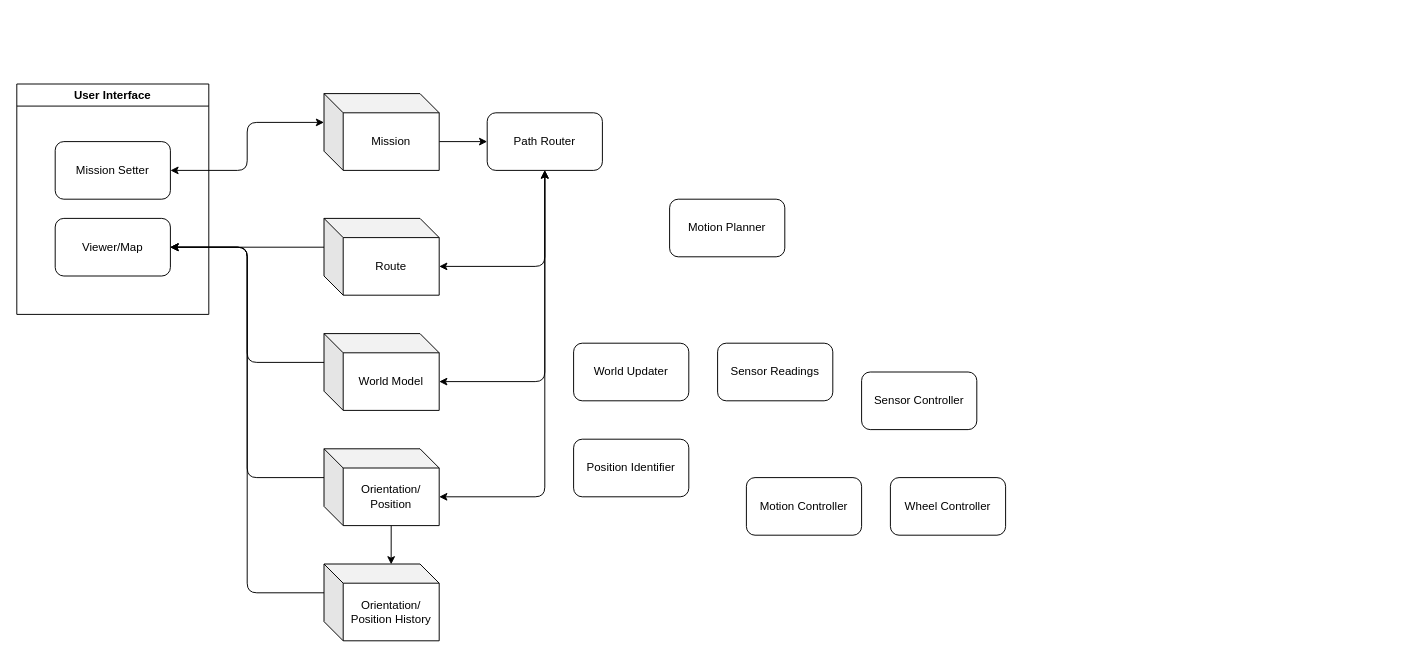
Earlier version of the draw.io diagram page "autonoma" (2 of 3) of architecture.drawio (andrewbackes/autonoma). Source tidied: cells renumbered, new cells numbered last; positions are measured from the earlier drawing's top-left corner, leaving out a move shared by most shapes. Both pictures are drawn from the tidied source at 96%, with x=0, y=0 at pixel (16, 84).
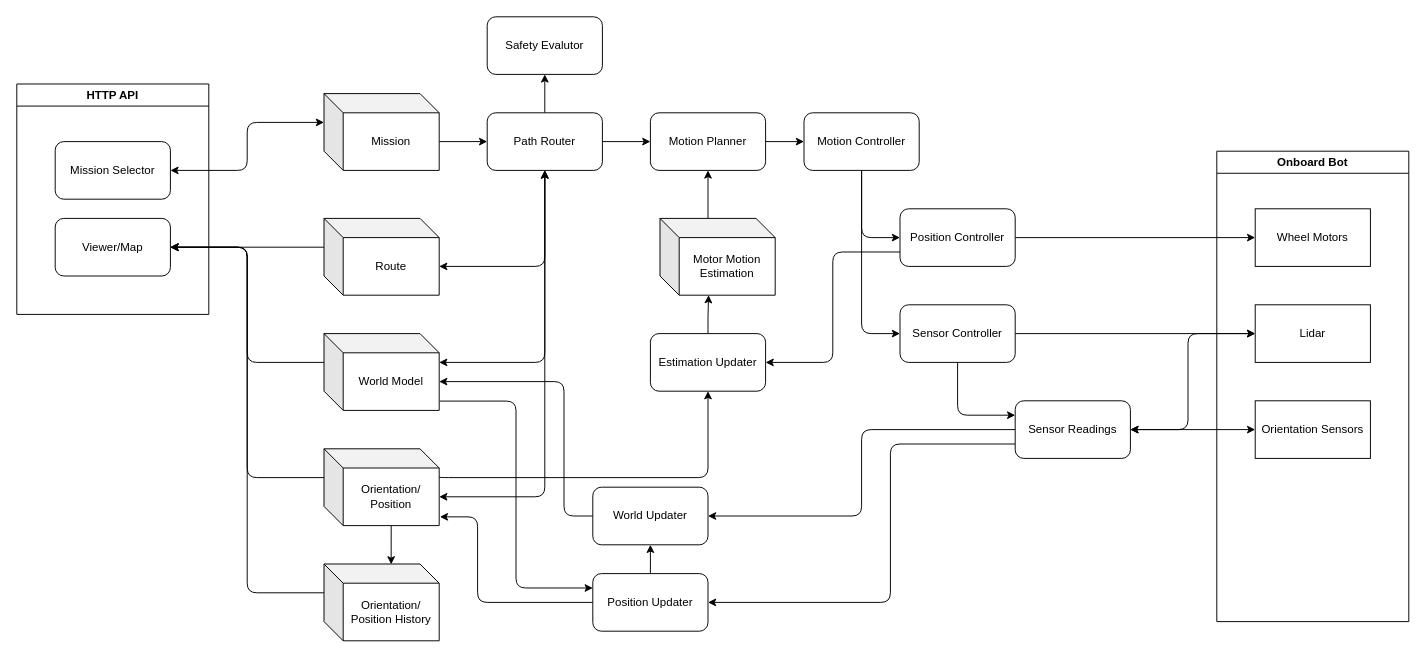
After the change.

Unchanged cells that the change refers to:
```xml
<mxCell id="3" value="World Model" style="shape=cube;whiteSpace=wrap;html=1;boundedLbl=1;backgroundOutline=1;darkOpacity=0.05;darkOpacity2=0.1;" parent="1" vertex="1">
  <mxGeometry x="320" y="260" width="120" height="80" as="geometry" />
</mxCell>
<mxCell id="7" value="Path Router" style="rounded=1;whiteSpace=wrap;html=1;" parent="1" vertex="1">
  <mxGeometry x="490" y="30" width="120" height="60" as="geometry" />
</mxCell>
<mxCell id="14" value="Orientation/ Position" style="shape=cube;whiteSpace=wrap;html=1;boundedLbl=1;backgroundOutline=1;darkOpacity=0.05;darkOpacity2=0.1;" parent="1" vertex="1">
  <mxGeometry x="320" y="380" width="120" height="80" as="geometry" />
</mxCell>
```

Change to the diagram source:
```diff
@@
-    <mxCell id="6" style="edgeStyle=orthogonalEdgeStyle;html=1;exitX=0.5;exitY=1;exitDx=0;exitDy=0;entryX=0;entryY=0;entryDx=120;entryDy=50;entryPerimeter=0;startArrow=classic;startFill=1;endArrow=classic;endFill=1;" parent="1" edge="1" source="7" target="3">
-      <mxGeometry relative="1" as="geometry" />
+    <mxCell id="6" style="edgeStyle=orthogonalEdgeStyle;html=1;exitX=0.5;exitY=1;exitDx=0;exitDy=0;startArrow=classic;startFill=1;endArrow=classic;endFill=1;" parent="1" edge="1" source="7">
+      <mxGeometry relative="1" as="geometry">
+        <mxPoint x="440" y="290" as="targetPoint" />
+        <Array as="points">
+          <mxPoint x="550" y="290" />
+          <mxPoint x="440" y="290" />
+        </Array>
+      </mxGeometry>
     </mxCell>
+    <mxCell id="28" style="edgeStyle=orthogonalEdgeStyle;html=1;exitX=1;exitY=0.5;exitDx=0;exitDy=0;entryX=0;entryY=0.5;entryDx=0;entryDy=0;startArrow=none;startFill=0;endArrow=classic;endFill=1;" parent="1" edge="1" source="7" target="8">
+      <mxGeometry relative="1" as="geometry" />
+    </mxCell>
+    <mxCell id="29" style="edgeStyle=orthogonalEdgeStyle;html=1;exitX=0.5;exitY=0;exitDx=0;exitDy=0;entryX=0.5;entryY=1;entryDx=0;entryDy=0;startArrow=none;startFill=0;endArrow=classic;endFill=1;" parent="1" edge="1" source="7" target="46">
+      <mxGeometry relative="1" as="geometry" />
+    </mxCell>
@@
+    <mxCell id="30" style="edgeStyle=orthogonalEdgeStyle;html=1;exitX=1;exitY=0.5;exitDx=0;exitDy=0;entryX=0;entryY=0.5;entryDx=0;entryDy=0;startArrow=none;startFill=0;endArrow=classic;endFill=1;" parent="1" edge="1" source="8" target="12">
+      <mxGeometry relative="1" as="geometry" />
+    </mxCell>
     <mxCell id="8" value="Motion Planner" style="rounded=1;whiteSpace=wrap;html=1;" parent="1" vertex="1">
-      <mxGeometry x="680" y="120" width="120" height="60" as="geometry" />
+      <mxGeometry x="660" y="30" width="120" height="60" as="geometry" />
     </mxCell>
+    <mxCell id="31" style="edgeStyle=orthogonalEdgeStyle;html=1;exitX=0;exitY=0.75;exitDx=0;exitDy=0;entryX=1;entryY=0.5;entryDx=0;entryDy=0;startArrow=none;startFill=0;endArrow=classic;endFill=1;" parent="1" edge="1" source="9" target="48">
+      <mxGeometry relative="1" as="geometry" />
+    </mxCell>
+    <mxCell id="32" style="edgeStyle=orthogonalEdgeStyle;html=1;exitX=1;exitY=0.5;exitDx=0;exitDy=0;entryX=0;entryY=0.5;entryDx=0;entryDy=0;startArrow=none;startFill=0;endArrow=classic;endFill=1;" parent="1" edge="1" source="9" target="52">
+      <mxGeometry relative="1" as="geometry" />
+    </mxCell>
-    <mxCell id="9" value="Wheel Controller" style="rounded=1;whiteSpace=wrap;html=1;" parent="1" vertex="1">
-      <mxGeometry x="910" y="410" width="120" height="60" as="geometry" />
+    <mxCell id="9" value="Position Controller" style="rounded=1;whiteSpace=wrap;html=1;" parent="1" vertex="1">
+      <mxGeometry x="920" y="130" width="120" height="60" as="geometry" />
     </mxCell>
+    <mxCell id="33" style="edgeStyle=orthogonalEdgeStyle;html=1;exitX=0.5;exitY=1;exitDx=0;exitDy=0;entryX=0;entryY=0.25;entryDx=0;entryDy=0;startArrow=none;startFill=0;endArrow=classic;endFill=1;" parent="1" edge="1" source="10" target="11">
+      <mxGeometry relative="1" as="geometry" />
+    </mxCell>
+    <mxCell id="34" style="edgeStyle=orthogonalEdgeStyle;html=1;exitX=1;exitY=0.5;exitDx=0;exitDy=0;entryX=0;entryY=0.5;entryDx=0;entryDy=0;startArrow=none;startFill=0;endArrow=classic;endFill=1;" parent="1" edge="1" source="10" target="54">
+      <mxGeometry relative="1" as="geometry" />
+    </mxCell>
     <mxCell id="10" value="Sensor Controller" style="rounded=1;whiteSpace=wrap;html=1;" parent="1" vertex="1">
-      <mxGeometry x="880" y="300" width="120" height="60" as="geometry" />
+      <mxGeometry x="920" y="230" width="120" height="60" as="geometry" />
     </mxCell>
+    <mxCell id="35" style="edgeStyle=orthogonalEdgeStyle;html=1;exitX=0;exitY=0.75;exitDx=0;exitDy=0;entryX=1;entryY=0.5;entryDx=0;entryDy=0;startArrow=none;startFill=0;endArrow=classic;endFill=1;" parent="1" edge="1" source="11" target="27">
+      <mxGeometry relative="1" as="geometry">
+        <Array as="points">
+          <mxPoint x="910" y="375" />
+          <mxPoint x="910" y="540" />
+        </Array>
+      </mxGeometry>
+    </mxCell>
+    <mxCell id="36" style="edgeStyle=orthogonalEdgeStyle;html=1;exitX=0;exitY=0.5;exitDx=0;exitDy=0;entryX=1;entryY=0.5;entryDx=0;entryDy=0;startArrow=none;startFill=0;endArrow=classic;endFill=1;" parent="1" edge="1" source="11" target="26">
+      <mxGeometry relative="1" as="geometry" />
+    </mxCell>
+    <mxCell id="37" style="edgeStyle=orthogonalEdgeStyle;html=1;exitX=1;exitY=0.5;exitDx=0;exitDy=0;entryX=0;entryY=0.5;entryDx=0;entryDy=0;startArrow=classic;startFill=1;endArrow=classic;endFill=1;" parent="1" edge="1" source="11" target="53">
+      <mxGeometry relative="1" as="geometry" />
+    </mxCell>
+    <mxCell id="38" style="edgeStyle=orthogonalEdgeStyle;html=1;exitX=1;exitY=0.5;exitDx=0;exitDy=0;entryX=0;entryY=0.5;entryDx=0;entryDy=0;startArrow=classic;startFill=1;endArrow=classic;endFill=1;" parent="1" edge="1" source="11" target="54">
+      <mxGeometry relative="1" as="geometry">
+        <Array as="points">
+          <mxPoint x="1220" y="360" />
+          <mxPoint x="1220" y="260" />
+        </Array>
+      </mxGeometry>
+    </mxCell>
     <mxCell id="11" value="Sensor Readings" style="rounded=1;whiteSpace=wrap;html=1;" parent="1" vertex="1">
-      <mxGeometry x="730" y="270" width="120" height="60" as="geometry" />
+      <mxGeometry x="1040" y="330" width="120" height="60" as="geometry" />
     </mxCell>
+    <mxCell id="39" style="edgeStyle=orthogonalEdgeStyle;html=1;exitX=0.5;exitY=1;exitDx=0;exitDy=0;entryX=0;entryY=0.5;entryDx=0;entryDy=0;startArrow=none;startFill=0;endArrow=classic;endFill=1;" parent="1" edge="1" source="12" target="9">
+      <mxGeometry relative="1" as="geometry" />
+    </mxCell>
+    <mxCell id="40" style="edgeStyle=orthogonalEdgeStyle;html=1;exitX=0.5;exitY=1;exitDx=0;exitDy=0;entryX=0;entryY=0.5;entryDx=0;entryDy=0;startArrow=none;startFill=0;endArrow=classic;endFill=1;" parent="1" edge="1" source="12" target="10">
+      <mxGeometry relative="1" as="geometry" />
+    </mxCell>
     <mxCell id="12" value="Motion Controller" style="rounded=1;whiteSpace=wrap;html=1;" parent="1" vertex="1">
-      <mxGeometry x="760" y="410" width="120" height="60" as="geometry" />
+      <mxGeometry x="820" y="30" width="120" height="60" as="geometry" />
     </mxCell>
@@
+    <mxCell id="41" style="edgeStyle=orthogonalEdgeStyle;html=1;exitX=0.997;exitY=0.361;exitDx=0;exitDy=0;exitPerimeter=0;entryX=0.5;entryY=1;entryDx=0;entryDy=0;startArrow=none;startFill=0;endArrow=classic;endFill=1;" parent="1" edge="1" source="14" target="48">
+      <mxGeometry relative="1" as="geometry">
+        <Array as="points">
+          <mxPoint x="440" y="410" />
+          <mxPoint x="720" y="410" />
+        </Array>
+      </mxGeometry>
+    </mxCell>
@@
-    <mxCell id="16" value="User Interface" style="swimlane;whiteSpace=wrap;html=1;" parent="1" vertex="1">
+    <mxCell id="16" value="HTTP API" style="swimlane;whiteSpace=wrap;html=1;" parent="1" vertex="1">
       <mxGeometry width="200" height="240" as="geometry" />
     </mxCell>
-    <mxCell id="17" value="Mission Setter" style="rounded=1;whiteSpace=wrap;html=1;" parent="16" vertex="1">
+    <mxCell id="17" value="Mission Selector" style="rounded=1;whiteSpace=wrap;html=1;" parent="16" vertex="1">
       <mxGeometry x="40" y="60" width="120" height="60" as="geometry" />
     </mxCell>
@@
+    <mxCell id="42" style="edgeStyle=orthogonalEdgeStyle;html=1;exitX=0;exitY=0.5;exitDx=0;exitDy=0;startArrow=none;startFill=0;endArrow=classic;endFill=1;" parent="1" edge="1" source="26">
+      <mxGeometry relative="1" as="geometry">
+        <mxPoint x="440" y="310" as="targetPoint" />
+        <Array as="points">
+          <mxPoint x="570" y="450" />
+          <mxPoint x="570" y="310" />
+          <mxPoint x="440" y="310" />
+        </Array>
+      </mxGeometry>
+    </mxCell>
     <mxCell id="26" value="World Updater" style="rounded=1;whiteSpace=wrap;html=1;" parent="1" vertex="1">
-      <mxGeometry x="580" y="270" width="120" height="60" as="geometry" />
+      <mxGeometry x="600" y="420" width="120" height="60" as="geometry" />
     </mxCell>
+    <mxCell id="43" style="edgeStyle=orthogonalEdgeStyle;html=1;exitX=0;exitY=0.5;exitDx=0;exitDy=0;entryX=1.006;entryY=0.886;entryDx=0;entryDy=0;entryPerimeter=0;startArrow=none;startFill=0;endArrow=classic;endFill=1;" parent="1" edge="1" source="27" target="14">
+      <mxGeometry relative="1" as="geometry">
+        <Array as="points">
+          <mxPoint x="480" y="540" />
+          <mxPoint x="480" y="451" />
+        </Array>
+      </mxGeometry>
+    </mxCell>
+    <mxCell id="44" style="edgeStyle=orthogonalEdgeStyle;html=1;exitX=0.5;exitY=0;exitDx=0;exitDy=0;entryX=0.5;entryY=1;entryDx=0;entryDy=0;startArrow=none;startFill=0;endArrow=classic;endFill=1;" parent="1" edge="1" source="27" target="26">
+      <mxGeometry relative="1" as="geometry" />
+    </mxCell>
+    <mxCell id="45" style="edgeStyle=orthogonalEdgeStyle;html=1;exitX=0;exitY=0.25;exitDx=0;exitDy=0;entryX=1.005;entryY=0.879;entryDx=0;entryDy=0;entryPerimeter=0;startArrow=classic;startFill=1;endArrow=none;endFill=0;" parent="1" edge="1" source="27" target="3">
+      <mxGeometry relative="1" as="geometry">
+        <Array as="points">
+          <mxPoint x="520" y="525" />
+          <mxPoint x="520" y="330" />
+        </Array>
+      </mxGeometry>
+    </mxCell>
-    <mxCell id="27" value="Position Identifier" style="rounded=1;whiteSpace=wrap;html=1;" parent="1" vertex="1">
-      <mxGeometry x="580" y="370" width="120" height="60" as="geometry" />
+    <mxCell id="27" value="Position Updater" style="rounded=1;whiteSpace=wrap;html=1;" parent="1" vertex="1">
+      <mxGeometry x="600" y="510" width="120" height="60" as="geometry" />
     </mxCell>
+    <mxCell id="46" value="Safety Evalutor" style="rounded=1;whiteSpace=wrap;html=1;" parent="1" vertex="1">
+      <mxGeometry x="490" y="-70" width="120" height="60" as="geometry" />
+    </mxCell>
+    <mxCell id="47" style="edgeStyle=orthogonalEdgeStyle;html=1;exitX=0.5;exitY=0;exitDx=0;exitDy=0;entryX=0.422;entryY=0.999;entryDx=0;entryDy=0;entryPerimeter=0;startArrow=none;startFill=0;endArrow=classic;endFill=1;" parent="1" edge="1" source="48" target="50">
+      <mxGeometry relative="1" as="geometry" />
+    </mxCell>
+    <mxCell id="48" value="Estimation Updater" style="rounded=1;whiteSpace=wrap;html=1;" parent="1" vertex="1">
+      <mxGeometry x="660" y="260" width="120" height="60" as="geometry" />
+    </mxCell>
+    <mxCell id="49" style="edgeStyle=orthogonalEdgeStyle;html=1;exitX=0;exitY=0;exitDx=50;exitDy=0;exitPerimeter=0;entryX=0.5;entryY=1;entryDx=0;entryDy=0;startArrow=none;startFill=0;endArrow=classic;endFill=1;" parent="1" edge="1" source="50" target="8">
+      <mxGeometry relative="1" as="geometry" />
+    </mxCell>
+    <mxCell id="50" value="Motor Motion Estimation" style="shape=cube;whiteSpace=wrap;html=1;boundedLbl=1;backgroundOutline=1;darkOpacity=0.05;darkOpacity2=0.1;" parent="1" vertex="1">
+      <mxGeometry x="670" y="140" width="120" height="80" as="geometry" />
+    </mxCell>
+    <mxCell id="51" value="Onboard Bot" style="swimlane;whiteSpace=wrap;html=1;" parent="1" vertex="1">
+      <mxGeometry x="1250" y="70" width="200" height="490" as="geometry" />
+    </mxCell>
+    <mxCell id="52" value="Wheel Motors" style="rounded=0;whiteSpace=wrap;html=1;" parent="51" vertex="1">
+      <mxGeometry x="40" y="60" width="120" height="60" as="geometry" />
+    </mxCell>
+    <mxCell id="53" value="Orientation Sensors" style="rounded=0;whiteSpace=wrap;html=1;" parent="51" vertex="1">
+      <mxGeometry x="40" y="260" width="120" height="60" as="geometry" />
+    </mxCell>
+    <mxCell id="54" value="Lidar" style="rounded=0;whiteSpace=wrap;html=1;" parent="51" vertex="1">
+      <mxGeometry x="40" y="160" width="120" height="60" as="geometry" />
+    </mxCell>
```
